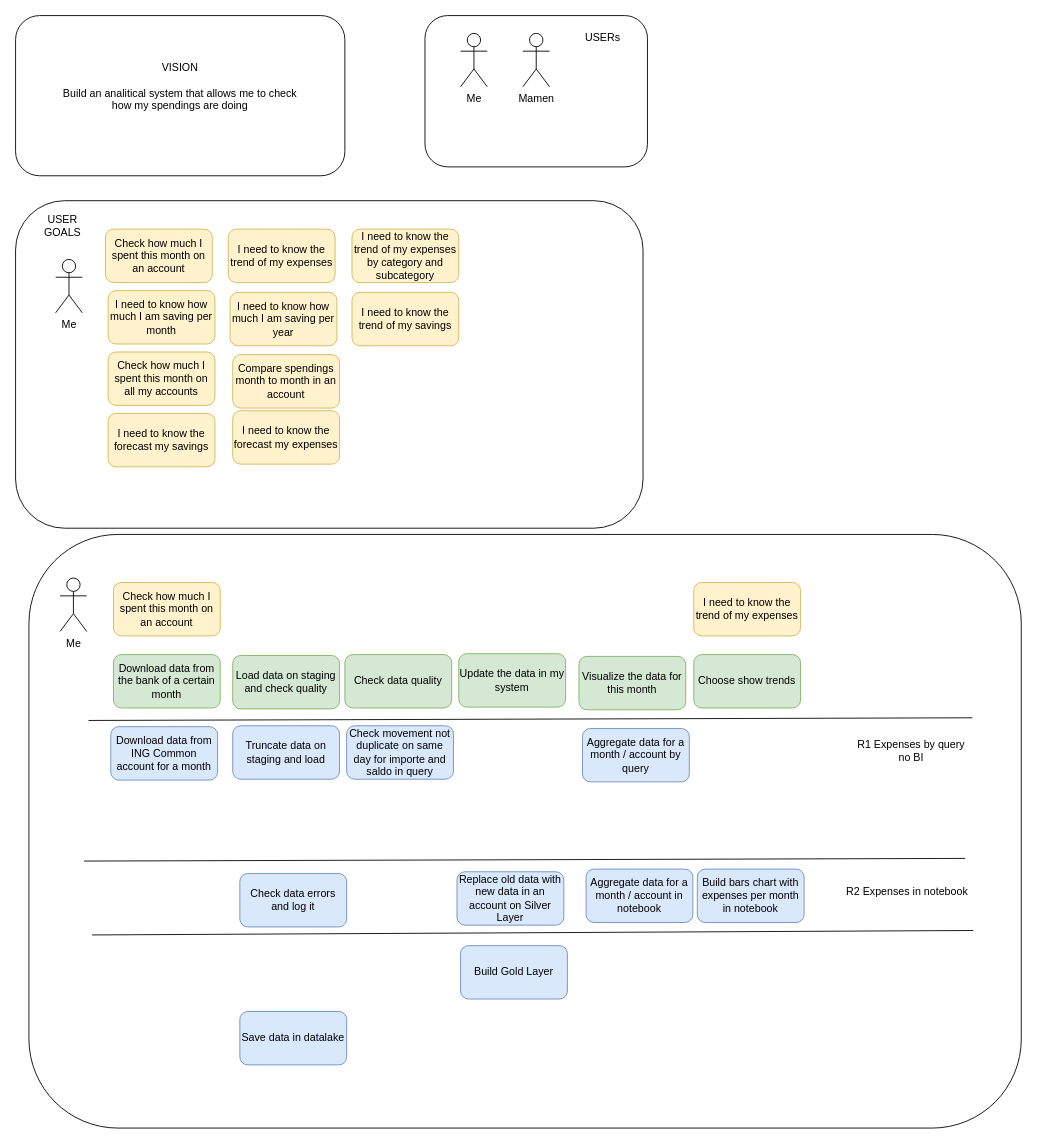
The draw.io diagram page "User Story Mapping" (1 of 6) of diagrams.dio in cperezh/DataEng_Patterns, before the edit. Source tidied: cells renumbered, new cells numbered last; positions are measured from the earlier drawing's top-left corner, leaving out a move shared by most shapes. Both pictures are drawn from the tidied source at 89%, with x=0, y=0 at pixel (15, 15).
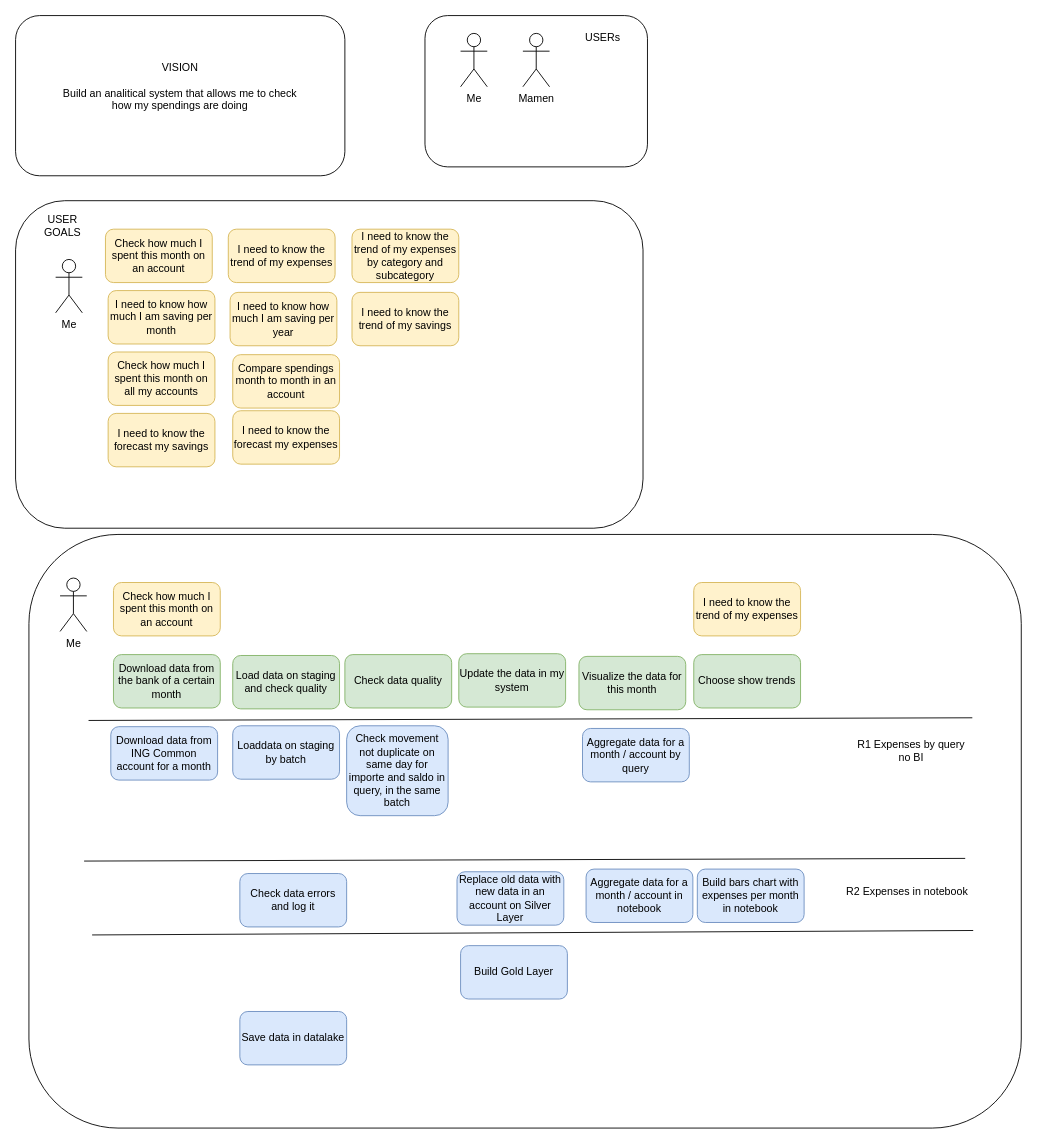
Above is the later version.

The edit, as a diff of the source:
```diff
@@
-    <mxCell id="41" value="Check movement not duplicate on same day for importe and saldo in query" style="rounded=1;whiteSpace=wrap;html=1;strokeColor=#6c8ebf;align=center;verticalAlign=middle;fontFamily=Helvetica;fontSize=12;fillColor=#dae8fc;" parent="1" vertex="1">
-      <mxGeometry x="372" y="798" width="120" height="60" as="geometry" />
+    <mxCell id="41" value="Check movement not duplicate on same day for importe and saldo in query, in the same batch" style="rounded=1;whiteSpace=wrap;html=1;strokeColor=#6c8ebf;align=center;verticalAlign=middle;fontFamily=Helvetica;fontSize=12;fillColor=#dae8fc;" parent="1" vertex="1">
+      <mxGeometry x="372" y="798" width="114" height="101" as="geometry" />
     </mxCell>
@@
-    <mxCell id="44" value="Truncate data on staging and load" style="rounded=1;whiteSpace=wrap;html=1;strokeColor=#6c8ebf;align=center;verticalAlign=middle;fontFamily=Helvetica;fontSize=12;fillColor=#dae8fc;" parent="1" vertex="1">
+    <mxCell id="44" value="Loaddata on staging by batch" style="rounded=1;whiteSpace=wrap;html=1;strokeColor=#6c8ebf;align=center;verticalAlign=middle;fontFamily=Helvetica;fontSize=12;fillColor=#dae8fc;" parent="1" vertex="1">
       <mxGeometry x="244" y="798" width="120" height="60" as="geometry" />
     </mxCell>
```
